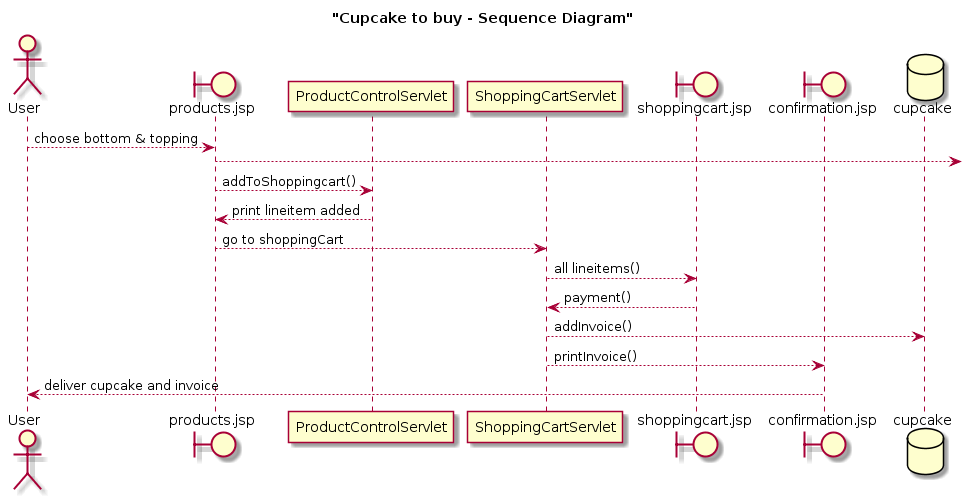
Above: Cupcake/cupcake to buy sekvensdiagram.png in BenedikteEva/CupcakeEfter (PlantUML), before the change.
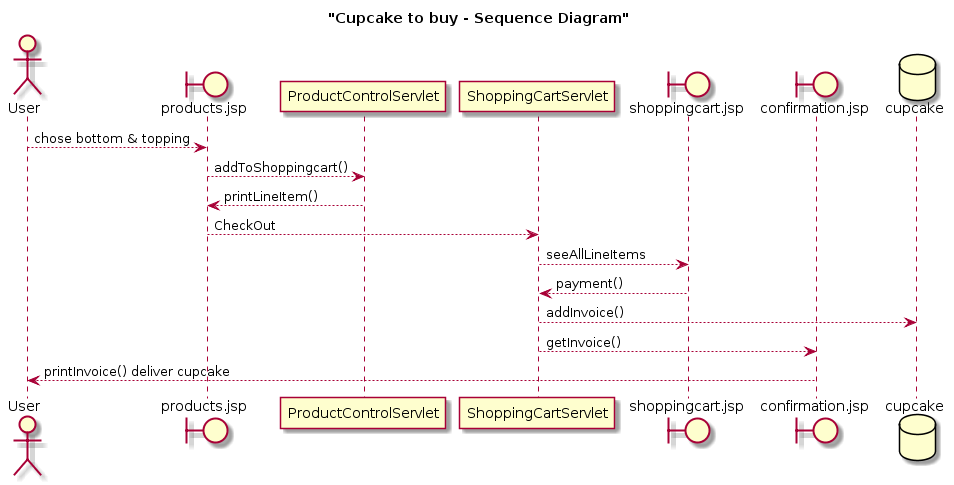
After the change.

Commit message:
Mine seneste ændringer på products det virker næsten

Diff of the diagram source:
```diff
@@ -10,14 +10,13 @@
 
 database cupcake
 
-User --> products.jsp: choose bottom & topping
-products.jsp-->
+User --> products.jsp: chose bottom & topping
 products.jsp --> ProductControlServlet: addToShoppingcart()
-ProductControlServlet --> products.jsp: print lineitem added
-products.jsp --> ShoppingCartServlet: go to shoppingCart
-ShoppingCartServlet-->shoppingcart.jsp:  all lineitems()
+ProductControlServlet --> products.jsp: printLineItem()
+products.jsp --> ShoppingCartServlet: CheckOut
+ShoppingCartServlet-->shoppingcart.jsp:  seeAllLineItems
 shoppingcart.jsp-->ShoppingCartServlet: payment()
 ShoppingCartServlet-->cupcake: addInvoice()
-ShoppingCartServlet-->confirmation.jsp: printInvoice()
-confirmation.jsp-->User: deliver cupcake and invoice
+ShoppingCartServlet-->confirmation.jsp: getInvoice()
+confirmation.jsp-->User: printInvoice() deliver cupcake
 @enduml
```
